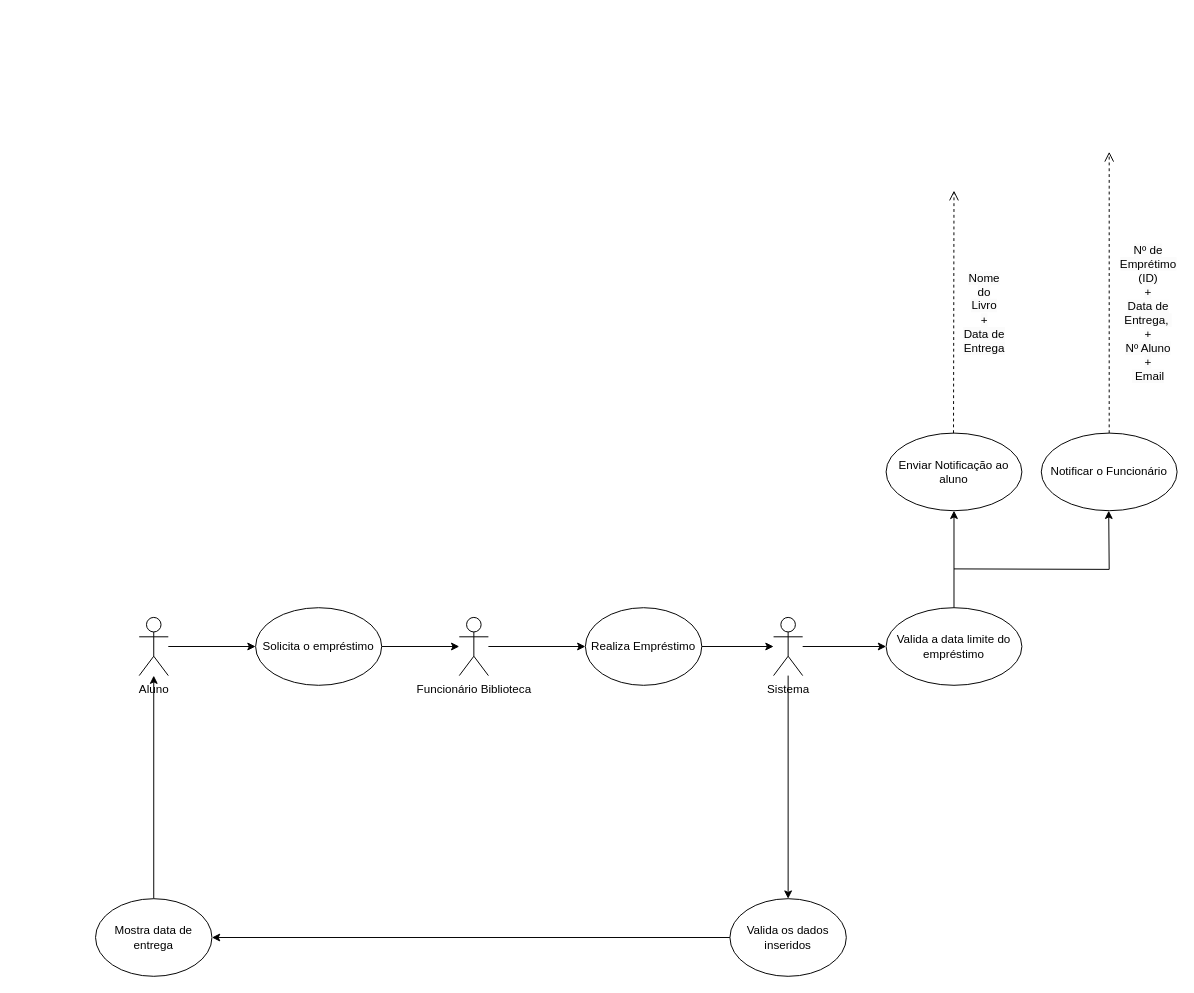
This is Praticas/pratica2.drawio from joaoabreu1/tpsi-progoo-2074622, a draw.io file, before an edit. Source tidied: cells renumbered, new cells numbered last; positions are measured from the earlier drawing's top-left corner, leaving out a move shared by most shapes. Both pictures are drawn from the tidied source at 97%, with x=0, y=0 at pixel (95, 151).
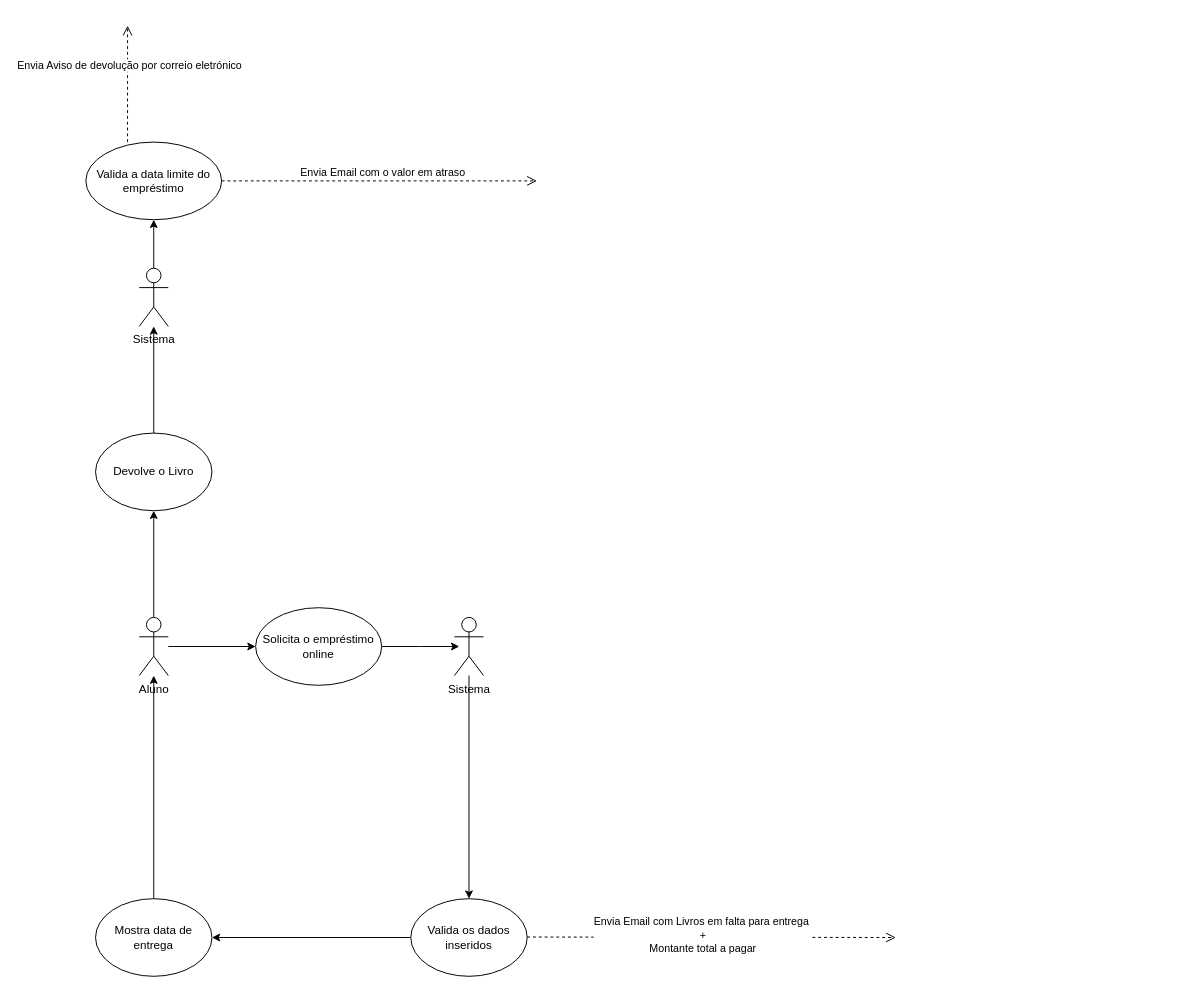
Above is the later version.

Unchanged cells that the change refers to:
```xml
<mxCell id="16" value="Aluno" style="shape=umlActor;verticalLabelPosition=bottom;verticalAlign=top;html=1;outlineConnect=0;" parent="1" vertex="1">
  <mxGeometry x="45" y="480" width="30" height="60" as="geometry" />
</mxCell>
```

Diff of the diagram source:
```diff
@@
-    <mxCell id="2" style="edgeStyle=orthogonalEdgeStyle;rounded=0;jettySize=auto;html=1;" parent="1" edge="1" source="3" target="9">
-      <mxGeometry relative="1" as="geometry" />
-    </mxCell>
-    <mxCell id="3" value="Realiza Empréstimo" style="ellipse;whiteSpace=wrap;html=1;" parent="1" vertex="1">
-      <mxGeometry x="505" y="470" width="120" height="80" as="geometry" />
-    </mxCell>
-    <mxCell id="4" style="edgeStyle=orthogonalEdgeStyle;rounded=0;jettySize=auto;html=1;" parent="1" edge="1" source="5" target="3">
-      <mxGeometry relative="1" as="geometry" />
-    </mxCell>
-    <mxCell id="5" value="Funcionário Biblioteca" style="shape=umlActor;verticalLabelPosition=bottom;verticalAlign=top;html=1;outlineConnect=0;" parent="1" vertex="1">
-      <mxGeometry x="375" y="480" width="30" height="60" as="geometry" />
-    </mxCell>
-    <mxCell id="6" style="edgeStyle=orthogonalEdgeStyle;rounded=0;jettySize=auto;html=1;" parent="1" edge="1" source="7" target="19">
-      <mxGeometry relative="1" as="geometry" />
-    </mxCell>
-    <mxCell id="7" value="Valida a data limite do empréstimo" style="ellipse;whiteSpace=wrap;html=1;" parent="1" vertex="1">
-      <mxGeometry x="815" y="470" width="140" height="80" as="geometry" />
-    </mxCell>
-    <mxCell id="8" style="edgeStyle=orthogonalEdgeStyle;rounded=0;jettySize=auto;html=1;" parent="1" edge="1" source="9" target="7">
-      <mxGeometry relative="1" as="geometry" />
-    </mxCell>
     <mxCell id="9" value="Sistema" style="shape=umlActor;verticalLabelPosition=bottom;verticalAlign=top;html=1;outlineConnect=0;" parent="1" vertex="1">
-      <mxGeometry x="699" y="480" width="30" height="60" as="geometry" />
+      <mxGeometry x="370" y="480" width="30" height="60" as="geometry" />
     </mxCell>
     <mxCell id="10" style="edgeStyle=orthogonalEdgeStyle;rounded=0;jettySize=auto;html=1;entryX=0.5;entryY=0;entryDx=0;entryDy=0;" parent="1" edge="1" source="9" target="14">
       <mxGeometry relative="1" as="geometry">
         <Array as="points">
-          <mxPoint x="714" y="760" />
-          <mxPoint x="714" y="760" />
+          <mxPoint x="385" y="760" />
+          <mxPoint x="385" y="760" />
         </Array>
       </mxGeometry>
     </mxCell>
@@
     <mxCell id="14" value="Valida os dados inseridos" style="ellipse;whiteSpace=wrap;html=1;" parent="1" vertex="1">
-      <mxGeometry x="654" y="770" width="120" height="80" as="geometry" />
+      <mxGeometry x="325" y="770" width="120" height="80" as="geometry" />
     </mxCell>
@@
+    <mxCell id="24" style="edgeStyle=orthogonalEdgeStyle;rounded=0;jettySize=auto;html=1;" parent="1" edge="1" source="16" target="26">
+      <mxGeometry relative="1" as="geometry" />
+    </mxCell>
@@
-    <mxCell id="17" style="edgeStyle=orthogonalEdgeStyle;rounded=0;jettySize=auto;html=1;" parent="1" edge="1" source="18" target="5">
-      <mxGeometry relative="1" as="geometry" />
+    <mxCell id="17" style="edgeStyle=orthogonalEdgeStyle;rounded=0;jettySize=auto;html=1;" parent="1" edge="1" source="18">
+      <mxGeometry relative="1" as="geometry">
+        <mxPoint x="375" y="510" as="targetPoint" />
+      </mxGeometry>
     </mxCell>
-    <mxCell id="18" value="Solicita o empréstimo" style="ellipse;whiteSpace=wrap;html=1;" parent="1" vertex="1">
+    <mxCell id="18" value="Solicita o empréstimo online" style="ellipse;whiteSpace=wrap;html=1;" parent="1" vertex="1">
       <mxGeometry x="165" y="470" width="130" height="80" as="geometry" />
     </mxCell>
-    <mxCell id="19" value="Enviar Notificação ao aluno" style="ellipse;whiteSpace=wrap;html=1;" parent="1" vertex="1">
-      <mxGeometry x="815" y="290" width="140" height="80" as="geometry" />
-    </mxCell>
-    <mxCell id="20" value="Notificar o Funcionário" style="ellipse;whiteSpace=wrap;html=1;" parent="1" vertex="1">
-      <mxGeometry x="975" y="290" width="140" height="80" as="geometry" />
-    </mxCell>
-    <mxCell id="21" style="edgeStyle=orthogonalEdgeStyle;rounded=0;orthogonalLoop=1;jettySize=auto;html=1;" parent="1" edge="1">
-      <mxGeometry relative="1" as="geometry">
-        <mxPoint x="885" y="430" as="sourcePoint" />
-        <mxPoint x="1044.5" y="370" as="targetPoint" />
-      </mxGeometry>
-    </mxCell>
-    <mxCell id="22" value="&lt;span style=&quot;font-size: 12px; text-wrap-mode: wrap; background-color: rgb(251, 251, 251);&quot;&gt;Nº de Emprétimo (ID)&lt;br&gt;+&lt;br&gt;Data de Entrega,&amp;nbsp;&lt;/span&gt;&lt;div&gt;&lt;span style=&quot;font-size: 12px; text-wrap-mode: wrap; background-color: rgb(251, 251, 251);&quot;&gt;+&lt;br&gt;Nº Aluno&lt;br&gt;+&lt;br&gt;&amp;nbsp;Email&lt;/span&gt;&lt;/div&gt;" style="html=1;verticalAlign=bottom;endArrow=open;dashed=1;endSize=8;curved=0;rounded=0;exitX=0.5;exitY=0;exitDx=0;exitDy=0;" parent="1" edge="1" source="20">
-      <mxGeometry x="-0.66" y="-40" relative="1" as="geometry">
-        <mxPoint x="1045" as="targetPoint" />
-      </mxGeometry>
-    </mxCell>
-    <mxCell id="23" value="&lt;span style=&quot;font-size: 12px; text-wrap-mode: wrap; background-color: rgb(251, 251, 251);&quot;&gt;Nome do Livro&lt;br&gt;+&lt;br&gt;Data de Entrega&lt;/span&gt;" style="html=1;verticalAlign=bottom;endArrow=open;dashed=1;endSize=8;curved=0;rounded=0;exitX=0.5;exitY=0;exitDx=0;exitDy=0;" parent="1" edge="1">
-      <mxGeometry x="-0.38" y="-30" relative="1" as="geometry">
-        <mxPoint x="884.5" y="290" as="sourcePoint" />
-        <mxPoint x="885" y="40" as="targetPoint" />
-        <mxPoint x="1" as="offset" />
-      </mxGeometry>
-    </mxCell>
+    <mxCell id="25" style="edgeStyle=orthogonalEdgeStyle;rounded=0;jettySize=auto;html=1;" parent="1" edge="1" source="26" target="28">
+      <mxGeometry relative="1" as="geometry" />
+    </mxCell>
+    <mxCell id="26" value="Devolve o Livro" style="ellipse;whiteSpace=wrap;html=1;" parent="1" vertex="1">
+      <mxGeometry y="290" width="120" height="80" as="geometry" />
+    </mxCell>
+    <mxCell id="7" value="Valida a data limite do empréstimo" style="ellipse;whiteSpace=wrap;html=1;" parent="1" vertex="1">
+      <mxGeometry x="-10" y="-10" width="140" height="80" as="geometry" />
+    </mxCell>
+    <mxCell id="27" style="edgeStyle=orthogonalEdgeStyle;rounded=0;jettySize=auto;html=1;" parent="1" edge="1" source="28" target="7">
+      <mxGeometry relative="1" as="geometry" />
+    </mxCell>
+    <mxCell id="28" value="Sistema" style="shape=umlActor;verticalLabelPosition=bottom;verticalAlign=top;html=1;outlineConnect=0;" parent="1" vertex="1">
+      <mxGeometry x="45" y="120" width="30" height="60" as="geometry" />
+    </mxCell>
+    <mxCell id="29" value="Envia Aviso de devolução por correio eletrónico" style="html=1;verticalAlign=bottom;endArrow=open;dashed=1;endSize=8;curved=0;rounded=0;exitX=0.307;exitY=0;exitDx=0;exitDy=0;exitPerimeter=0;" parent="1" edge="1" source="7">
+      <mxGeometry x="0.17" y="-2" relative="1" as="geometry">
+        <mxPoint x="33" y="-130" as="targetPoint" />
+      </mxGeometry>
+    </mxCell>
+    <mxCell id="30" value="Envia Email com o valor em atraso" style="html=1;verticalAlign=bottom;endArrow=open;dashed=1;endSize=8;curved=0;rounded=0;exitX=1;exitY=0.5;exitDx=0;exitDy=0;" parent="1" edge="1" source="7">
+      <mxGeometry x="0.02" relative="1" as="geometry">
+        <mxPoint x="455" y="30" as="targetPoint" />
+      </mxGeometry>
+    </mxCell>
+    <mxCell id="31" value="Envia Email com Livros em falta para entrega&amp;nbsp;&lt;br&gt;+&lt;br&gt;Montante total a pagar" style="html=1;verticalAlign=bottom;endArrow=open;dashed=1;endSize=8;curved=0;rounded=0;exitX=1;exitY=0.5;exitDx=0;exitDy=0;" parent="1" edge="1">
+      <mxGeometry x="-0.05" y="-20" relative="1" as="geometry">
+        <mxPoint x="445" y="809.5" as="sourcePoint" />
+        <mxPoint x="825" y="810" as="targetPoint" />
+      </mxGeometry>
+    </mxCell>
```
